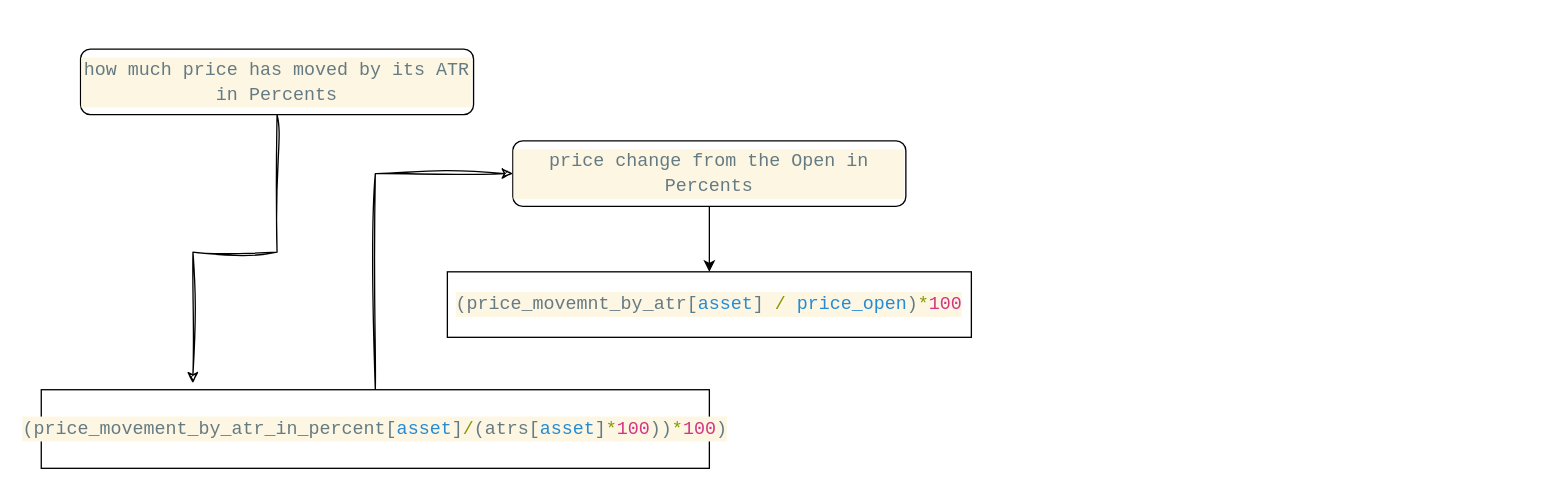
The draw.io diagram page "current price" (9 of 9) of structure.drawio in Kupavtsev/markets_data_handler, before the edit. Source tidied: cells renumbered, new cells numbered last; positions are measured from the earlier drawing's top-left corner, leaving out a move shared by most shapes. Both pictures are drawn from the tidied source at 131%, with x=0, y=0 at pixel (41, 48).
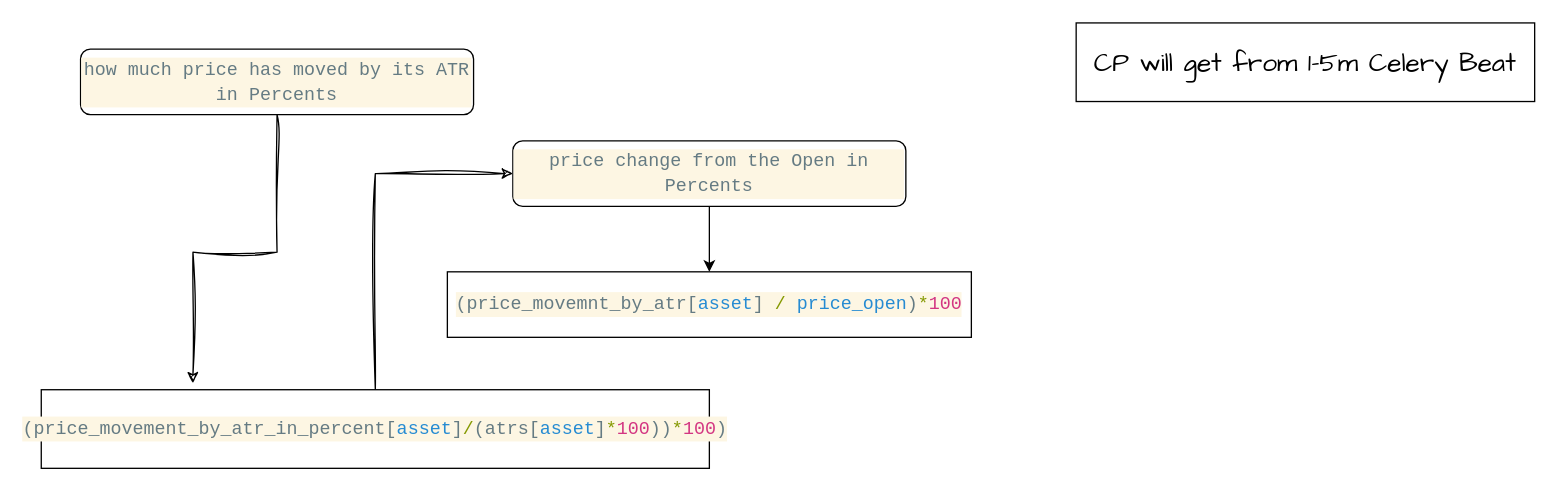
After the change.

Diff of the diagram source:
```diff
@@
 <mxGraphModel>
   <root>
     <mxCell id="0" />
     <mxCell id="1" parent="0" />
     <mxCell id="2" style="edgeStyle=orthogonalEdgeStyle;rounded=0;sketch=1;hachureGap=4;jiggle=2;curveFitting=1;jettySize=auto;html=1;exitX=0.5;exitY=1;exitDx=0;exitDy=0;entryX=0.227;entryY=-0.083;entryDx=0;entryDy=0;entryPerimeter=0;fontFamily=Architects Daughter;fontSize=16;" parent="1" edge="1" source="3" target="8">
       <mxGeometry relative="1" as="geometry" />
     </mxCell>
     <mxCell id="3" value="&lt;div style=&quot;color: rgb(101, 123, 131); background-color: rgb(253, 246, 227); font-family: Consolas, &amp;quot;Courier New&amp;quot;, monospace; font-size: 14px; line-height: 19px;&quot;&gt;how much price has moved by its ATR in Percents&lt;/div&gt;" style="rounded=1;whiteSpace=wrap;html=1;hachureGap=4;fontFamily=Architects Daughter;fontSize=20;" parent="1" vertex="1">
       <mxGeometry x="30" width="300" height="50" as="geometry" />
     </mxCell>
     <mxCell id="4" style="edgeStyle=orthogonalEdgeStyle;rounded=0;hachureGap=4;jettySize=auto;html=1;exitX=0.5;exitY=1;exitDx=0;exitDy=0;entryX=0.5;entryY=0;entryDx=0;entryDy=0;fontFamily=Architects Daughter;fontSize=16;" parent="1" edge="1" source="5" target="6">
       <mxGeometry relative="1" as="geometry" />
     </mxCell>
     <mxCell id="5" value="&lt;div style=&quot;color: rgb(101, 123, 131); background-color: rgb(253, 246, 227); font-family: Consolas, &amp;quot;Courier New&amp;quot;, monospace; font-size: 14px; line-height: 19px;&quot;&gt;price change from the Open in Percents&lt;/div&gt;" style="rounded=1;whiteSpace=wrap;html=1;hachureGap=4;fontFamily=Architects Daughter;fontSize=20;" parent="1" vertex="1">
       <mxGeometry x="360" y="70" width="300" height="50" as="geometry" />
     </mxCell>
     <mxCell id="6" value="&lt;div style=&quot;color: rgb(101, 123, 131); background-color: rgb(253, 246, 227); font-family: Consolas, &amp;quot;Courier New&amp;quot;, monospace; font-size: 14px; line-height: 19px;&quot;&gt;(price_movemnt_by_atr[&lt;span style=&quot;color: #268bd2;&quot;&gt;asset&lt;/span&gt;] &lt;span style=&quot;color: #859900;&quot;&gt;/&lt;/span&gt; &lt;span style=&quot;color: #268bd2;&quot;&gt;price_open&lt;/span&gt;)&lt;span style=&quot;color: #859900;&quot;&gt;*&lt;/span&gt;&lt;span style=&quot;color: #d33682;&quot;&gt;100&lt;/span&gt;&lt;/div&gt;" style="rounded=0;whiteSpace=wrap;html=1;hachureGap=4;fontFamily=Architects Daughter;fontSize=20;" parent="1" vertex="1">
       <mxGeometry x="310" y="170" width="400" height="50" as="geometry" />
     </mxCell>
     <mxCell id="7" style="edgeStyle=orthogonalEdgeStyle;rounded=0;sketch=1;hachureGap=4;jiggle=2;curveFitting=1;jettySize=auto;html=1;exitX=0.5;exitY=0;exitDx=0;exitDy=0;entryX=0;entryY=0.5;entryDx=0;entryDy=0;fontFamily=Architects Daughter;fontSize=16;" parent="1" edge="1" source="8" target="5">
       <mxGeometry relative="1" as="geometry" />
     </mxCell>
     <mxCell id="8" value="&lt;div style=&quot;color: rgb(101, 123, 131); background-color: rgb(253, 246, 227); font-family: Consolas, &amp;quot;Courier New&amp;quot;, monospace; font-size: 14px; line-height: 19px;&quot;&gt;(price_movement_by_atr_in_percent[&lt;span style=&quot;color: #268bd2;&quot;&gt;asset&lt;/span&gt;]&lt;span style=&quot;color: #859900;&quot;&gt;/&lt;/span&gt;(atrs[&lt;span style=&quot;color: #268bd2;&quot;&gt;asset&lt;/span&gt;]&lt;span style=&quot;color: #859900;&quot;&gt;*&lt;/span&gt;&lt;span style=&quot;color: #d33682;&quot;&gt;100&lt;/span&gt;))&lt;span style=&quot;color: #859900;&quot;&gt;*&lt;/span&gt;&lt;span style=&quot;color: #d33682;&quot;&gt;100&lt;/span&gt;)&lt;/div&gt;" style="rounded=0;whiteSpace=wrap;html=1;hachureGap=4;fontFamily=Architects Daughter;fontSize=20;" parent="1" vertex="1">
       <mxGeometry y="260" width="510" height="60" as="geometry" />
     </mxCell>
+    <mxCell id="9" value="CP will get from 1-5m Celery Beat" style="rounded=0;whiteSpace=wrap;html=1;hachureGap=4;fontFamily=Architects Daughter;fontSize=20;" parent="1" vertex="1">
+      <mxGeometry x="790" y="-20" width="350" height="60" as="geometry" />
+    </mxCell>
   </root>
 </mxGraphModel>
```
